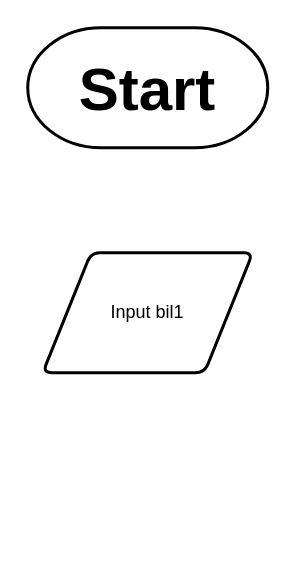
Above: LKM PD4.drawio in Rizqirazkafi/Flowchart (draw.io), before the change. Source tidied: cells renumbered, new cells numbered last; positions are measured from the earlier drawing's top-left corner, leaving out a move shared by most shapes. Both pictures are drawn from the tidied source at 150%, with x=0, y=0 at pixel (27, 27).
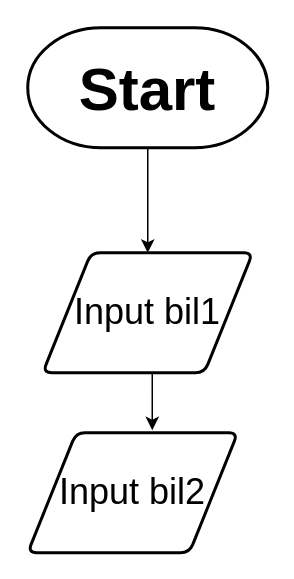
The same page after the edit.

Change to the diagram source:
```diff
@@
 <mxGraphModel>
   <root>
     <mxCell id="0" />
     <mxCell id="1" parent="0" />
+    <mxCell id="4" style="edgeStyle=orthogonalEdgeStyle;rounded=0;jettySize=auto;html=1;exitX=0.5;exitY=1;exitDx=0;exitDy=0;exitPerimeter=0;entryX=0.5;entryY=0;entryDx=0;entryDy=0;" parent="1" edge="1" source="2" target="3">
+      <mxGeometry relative="1" as="geometry" />
+    </mxCell>
     <mxCell id="2" value="&lt;b&gt;&lt;font style=&quot;font-size: 40px&quot;&gt;Start&lt;/font&gt;&lt;/b&gt;" style="strokeWidth=2;html=1;shape=mxgraph.flowchart.terminator;whiteSpace=wrap;" parent="1" vertex="1">
       <mxGeometry width="160" height="80" as="geometry" />
     </mxCell>
+    <mxCell id="5" style="edgeStyle=orthogonalEdgeStyle;rounded=0;jettySize=auto;html=1;exitX=0.5;exitY=1;exitDx=0;exitDy=0;entryX=0.593;entryY=-0.021;entryDx=0;entryDy=0;entryPerimeter=0;" parent="1" edge="1" source="3" target="6">
+      <mxGeometry relative="1" as="geometry" />
+    </mxCell>
-    <mxCell id="3" value="Input bil1" style="shape=parallelogram;html=1;strokeWidth=2;perimeter=parallelogramPerimeter;whiteSpace=wrap;rounded=1;arcSize=12;size=0.23;" parent="1" vertex="1">
+    <mxCell id="3" value="&lt;font style=&quot;font-size: 24px&quot;&gt;Input bil1&lt;/font&gt;" style="shape=parallelogram;html=1;strokeWidth=2;perimeter=parallelogramPerimeter;whiteSpace=wrap;rounded=1;arcSize=12;size=0.23;" parent="1" vertex="1">
       <mxGeometry x="10" y="150" width="140" height="80" as="geometry" />
     </mxCell>
+    <mxCell id="6" value="&lt;font style=&quot;font-size: 24px&quot;&gt;Input bil2&lt;/font&gt;" style="shape=parallelogram;html=1;strokeWidth=2;perimeter=parallelogramPerimeter;whiteSpace=wrap;rounded=1;arcSize=12;size=0.23;" parent="1" vertex="1">
+      <mxGeometry y="270" width="140" height="80" as="geometry" />
+    </mxCell>
   </root>
 </mxGraphModel>
```
